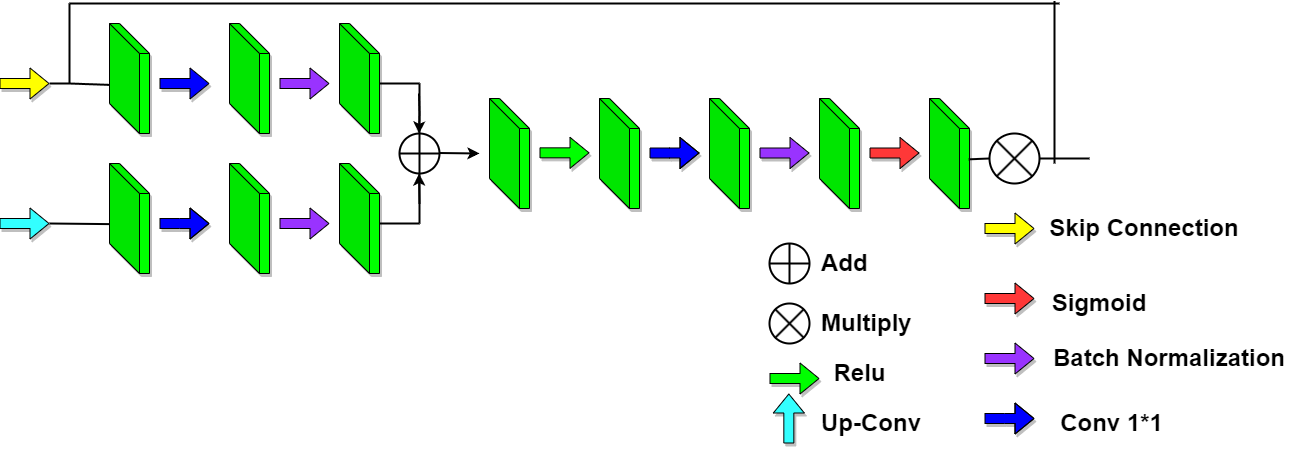
AnayPanja/demo_drawing_at_draw.io keeps this draw.io diagram as Untitled Diagram.drawio.png. Above is the earlier version. Source tidied: cells renumbered, new cells last; positions are measured from the earlier drawing's top-left corner, leaving out a move shared by most shapes.
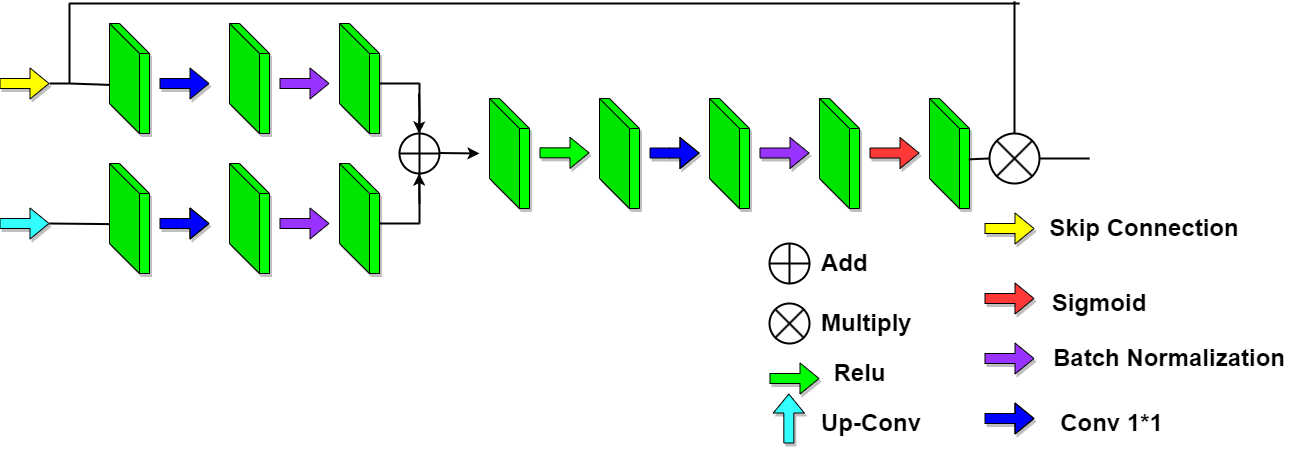
Above is the later version.

Diff of the diagram source:
```diff
@@ -154,13 +154,12 @@
     <mxCell id="31" style="endArrow=none;html=1;rounded=0;fontSize=16;strokeWidth=2;" parent="1" edge="1">
       <mxGeometry relative="1" as="geometry">
         <mxPoint x="70" y="2" as="sourcePoint" />
-        <mxPoint x="1060" y="2" as="targetPoint" />
+        <mxPoint x="1020" y="2" as="targetPoint" />
       </mxGeometry>
     </mxCell>
-    <mxCell id="32" style="endArrow=none;html=1;rounded=0;strokeWidth=2;" parent="1" edge="1">
+    <mxCell id="32" style="endArrow=none;html=1;rounded=0;strokeWidth=2;entryX=0.5;entryY=0;entryDx=0;entryDy=0;" parent="1" edge="1" target="26">
       <mxGeometry relative="1" as="geometry">
-        <mxPoint x="1055" y="-0.5" as="sourcePoint" />
-        <mxPoint x="1055" y="162" as="targetPoint" />
+        <mxPoint x="1015" as="sourcePoint" />
       </mxGeometry>
     </mxCell>
     <mxCell id="33" style="endArrow=none;html=1;rounded=0;exitX=1;exitY=0.5;exitDx=0;exitDy=0;strokeWidth=2;" parent="1" edge="1" source="26">
```
